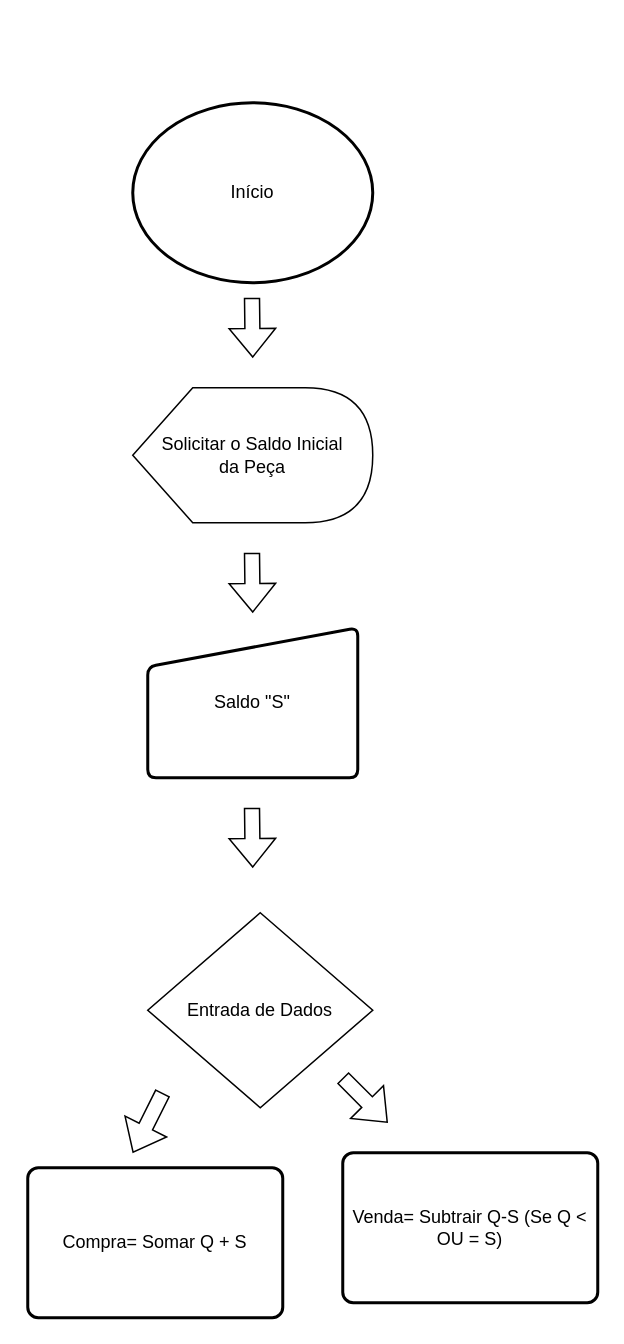
Above: page "Página-1" (1 of 2) of Diagrama sem nome.drawio in Ins1d3r8/Primeiro-Algor-tmo (draw.io), before the change. Source tidied: cells renumbered, new cells numbered last; positions are measured from the earlier drawing's top-left corner, leaving out a move shared by most shapes. Both pictures are drawn from the tidied source at 150%, with x=0, y=0 at pixel (27, 102).
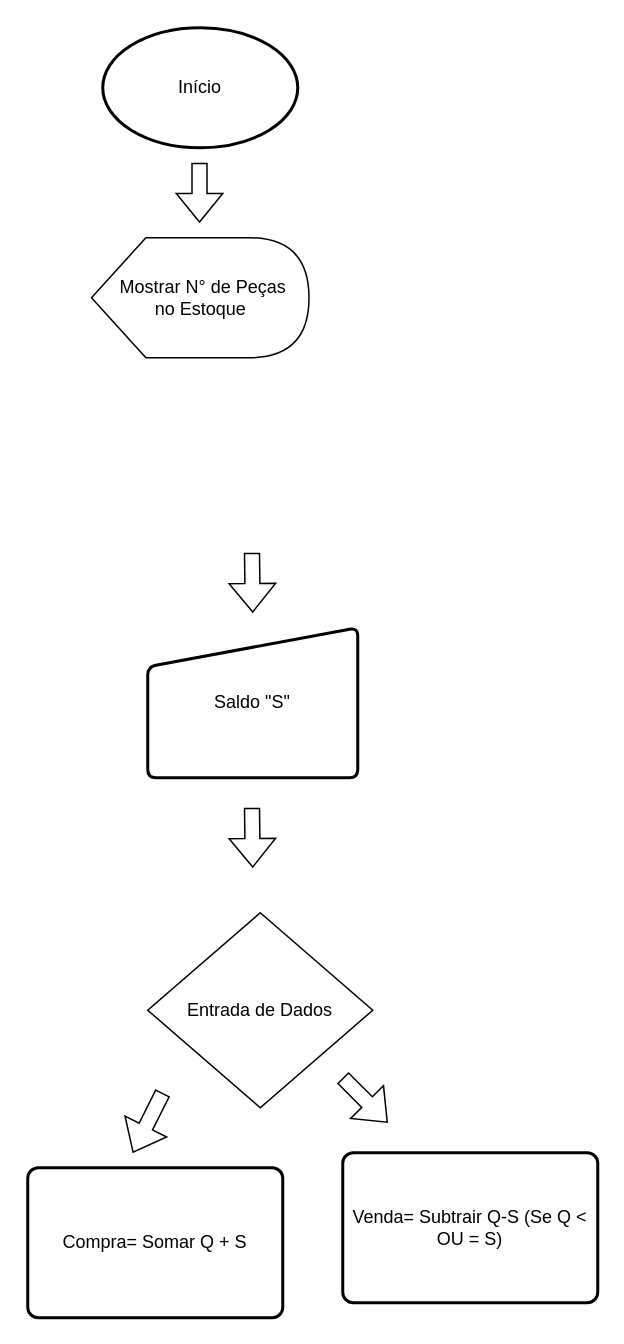
After the change.

What changed in the source:
```diff
@@
 <mxGraphModel>
   <root>
     <mxCell id="0" />
     <mxCell id="1" parent="0" />
     <mxCell id="2" value="Início" style="strokeWidth=2;html=1;shape=mxgraph.flowchart.start_2;whiteSpace=wrap;" parent="1" vertex="1">
-      <mxGeometry x="70" width="160" height="120" as="geometry" />
+      <mxGeometry x="50" y="-50" width="130" height="80" as="geometry" />
     </mxCell>
-    <mxCell id="3" style="shape=flexArrow;endArrow=classic;html=1;rounded=0;" parent="1" edge="1">
-      <mxGeometry relative="1" as="geometry">
-        <mxPoint x="149.5" y="130" as="sourcePoint" />
-        <mxPoint x="150" y="170" as="targetPoint" />
-      </mxGeometry>
-    </mxCell>
     <mxCell id="4" value="Saldo &quot;S&quot;" style="html=1;strokeWidth=2;shape=manualInput;whiteSpace=wrap;rounded=1;size=26;arcSize=11;" parent="1" vertex="1">
       <mxGeometry x="80" y="350" width="140" height="100" as="geometry" />
     </mxCell>
     <mxCell id="5" style="shape=flexArrow;endArrow=classic;html=1;rounded=0;" parent="1" edge="1">
       <mxGeometry relative="1" as="geometry">
         <mxPoint x="149.5" y="300" as="sourcePoint" />
         <mxPoint x="150" y="340" as="targetPoint" />
       </mxGeometry>
     </mxCell>
-    <mxCell id="6" value="&lt;div&gt;Solicitar o Saldo Inicial&lt;/div&gt;&lt;div&gt;da Peça&lt;br&gt;&lt;/div&gt;" style="shape=display;whiteSpace=wrap;html=1;" parent="1" vertex="1">
-      <mxGeometry x="70" y="190" width="160" height="90" as="geometry" />
+    <mxCell id="6" value="&lt;div&gt;&amp;nbsp;Mostrar N° de Peças&lt;/div&gt;&lt;div&gt;no Estoque&lt;/div&gt;" style="shape=display;whiteSpace=wrap;html=1;" parent="1" vertex="1">
+      <mxGeometry x="42.5" y="90" width="145" height="80" as="geometry" />
     </mxCell>
     <mxCell id="7" style="shape=flexArrow;endArrow=classic;html=1;rounded=0;" parent="1" edge="1">
       <mxGeometry relative="1" as="geometry">
         <mxPoint x="149.5" y="470" as="sourcePoint" />
         <mxPoint x="150" y="510" as="targetPoint" />
       </mxGeometry>
     </mxCell>
     <mxCell id="8" value="Entrada de Dados" style="rhombus;whiteSpace=wrap;html=1;" parent="1" vertex="1">
       <mxGeometry x="80" y="540" width="150" height="130" as="geometry" />
     </mxCell>
     <mxCell id="9" style="shape=flexArrow;endArrow=classic;html=1;rounded=0;" parent="1" edge="1">
       <mxGeometry relative="1" as="geometry">
         <mxPoint x="210" y="650" as="sourcePoint" />
         <mxPoint x="240" y="680" as="targetPoint" />
       </mxGeometry>
     </mxCell>
     <mxCell id="10" style="shape=flexArrow;endArrow=classic;html=1;rounded=0;" parent="1" edge="1">
       <mxGeometry relative="1" as="geometry">
         <mxPoint x="90" y="660" as="sourcePoint" />
         <mxPoint x="70" y="700" as="targetPoint" />
       </mxGeometry>
     </mxCell>
     <mxCell id="11" value="Compra= Somar Q + S" style="rounded=1;whiteSpace=wrap;html=1;absoluteArcSize=1;arcSize=14;strokeWidth=2;" parent="1" vertex="1">
       <mxGeometry y="710" width="170" height="100" as="geometry" />
     </mxCell>
     <mxCell id="12" value="Venda= Subtrair Q-S (Se Q &amp;lt; OU = S)" style="rounded=1;whiteSpace=wrap;html=1;absoluteArcSize=1;arcSize=14;strokeWidth=2;" parent="1" vertex="1">
       <mxGeometry x="210" y="700" width="170" height="100" as="geometry" />
     </mxCell>
+    <mxCell id="13" style="shape=flexArrow;endArrow=classic;html=1;rounded=0;" parent="1" edge="1">
+      <mxGeometry relative="1" as="geometry">
+        <mxPoint x="114.5" y="40" as="sourcePoint" />
+        <mxPoint x="114.5" y="80" as="targetPoint" />
+      </mxGeometry>
+    </mxCell>
   </root>
 </mxGraphModel>
```
